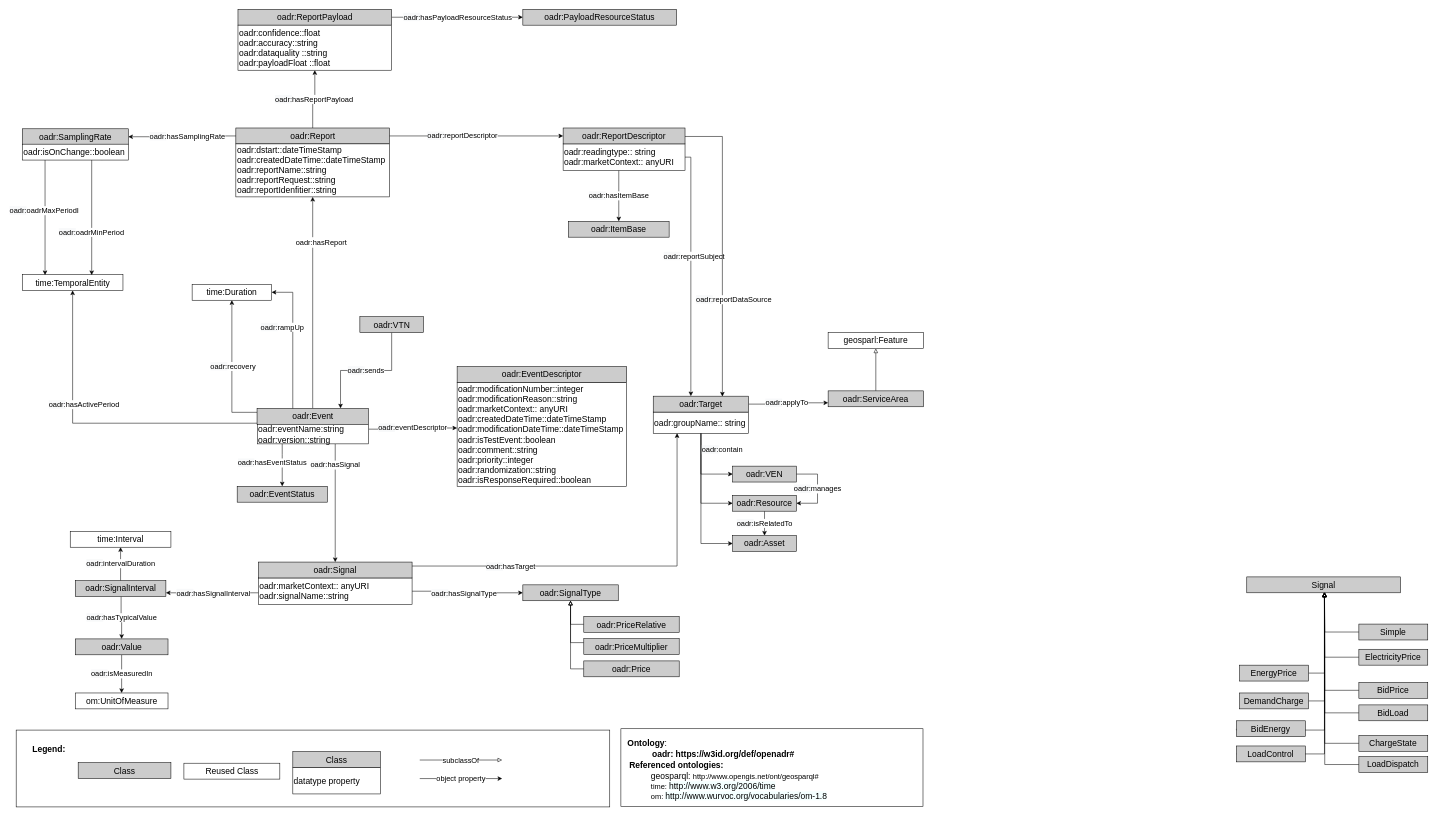
Before: diagrams/openADR.drawio in albaizq/OpenADRontology, a draw.io diagram. Source tidied: cells renumbered, new cells numbered last; positions are measured from the earlier drawing's top-left corner, leaving out a move shared by most shapes. Both pictures are drawn from the tidied source at 53%, with x=0, y=0 at pixel (16, 9).
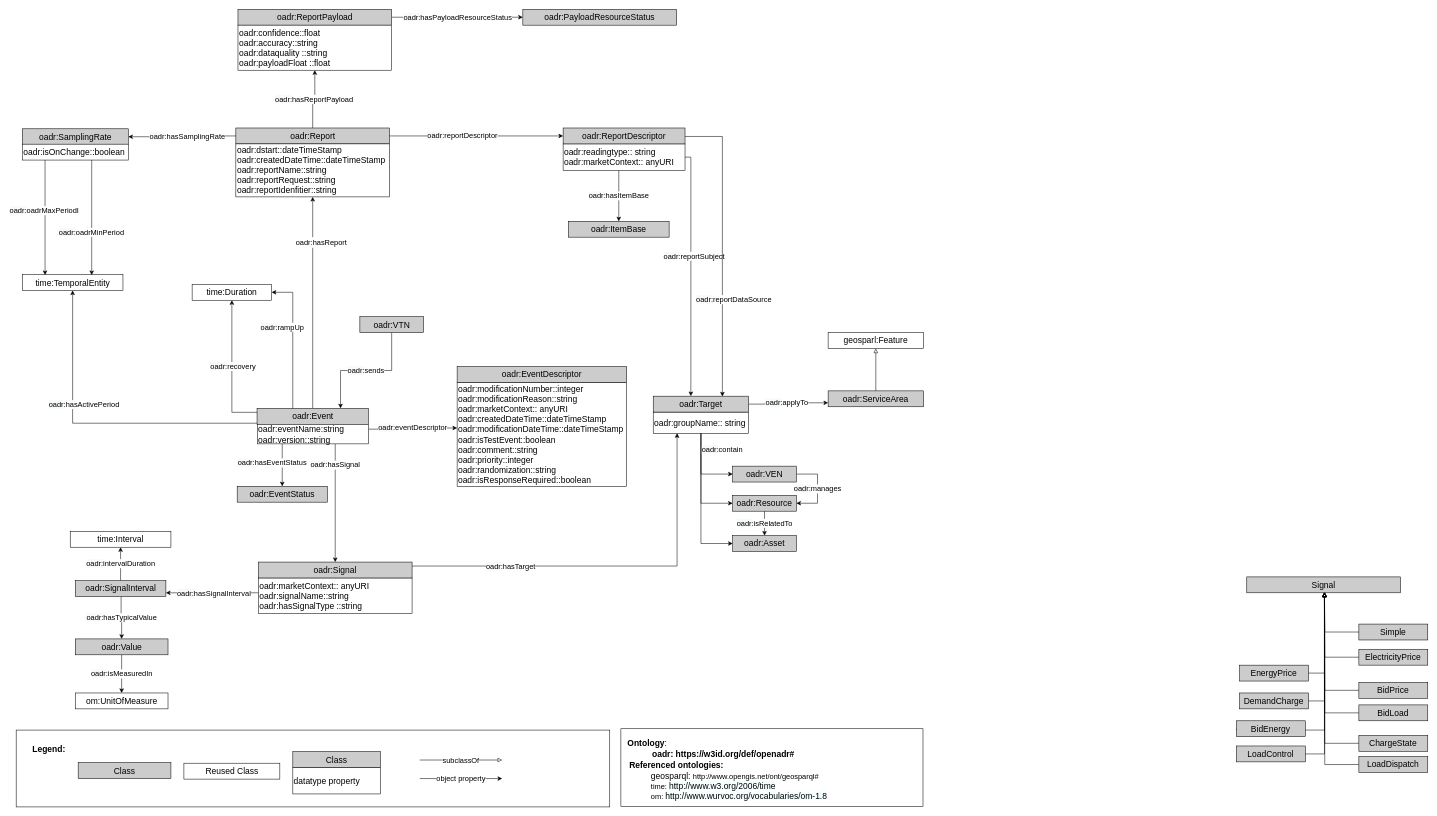
The same diagram, later.

Commit message (it also covers changes not shown here):
add responseRequired and update diagram

Diff of the diagram source:
```diff
@@
-    <mxCell id="27" style="edgeStyle=orthogonalEdgeStyle;rounded=0;jettySize=auto;html=1;exitX=1;exitY=0.5;exitDx=0;exitDy=0;entryX=0;entryY=0.5;entryDx=0;entryDy=0;endArrow=classic;endFill=1;" parent="1" edge="1" source="29" target="79">
-      <mxGeometry relative="1" as="geometry" />
-    </mxCell>
-    <mxCell id="28" value="&lt;span style=&quot;white-space: normal ; background-color: rgb(248 , 249 , 250)&quot;&gt;oadr:&lt;/span&gt;hasSignalType" style="text;html=1;align=center;verticalAlign=middle;labelBackgroundColor=#ffffff;fontSize=14;" parent="27" vertex="1">
-      <mxGeometry x="0.28" y="7" relative="1" as="geometry">
-        <mxPoint x="-36" y="8" as="offset" />
-      </mxGeometry>
-    </mxCell>
-    <mxCell id="29" value="&lt;span style=&quot;text-align: center&quot;&gt;oadr:&lt;/span&gt;marketContext:: anyURI&lt;br&gt;&lt;span style=&quot;text-align: center&quot;&gt;oadr:&lt;/span&gt;signalName::string" style="rounded=0;whiteSpace=wrap;html=1;align=left;fontSize=16;" parent="1" vertex="1">
-      <mxGeometry x="457" y="1073" width="290" height="50" as="geometry" />
+    <mxCell id="29" value="&lt;span style=&quot;text-align: center&quot;&gt;oadr:&lt;/span&gt;marketContext:: anyURI&lt;br&gt;&lt;span style=&quot;text-align: center&quot;&gt;oadr:&lt;/span&gt;signalName::string&lt;br&gt;oadr:hasSignalType ::string" style="rounded=0;whiteSpace=wrap;html=1;align=left;fontSize=16;" parent="1" vertex="1">
+      <mxGeometry x="457" y="1073" width="290" height="67" as="geometry" />
     </mxCell>
@@
-    <mxCell id="77" style="edgeStyle=orthogonalEdgeStyle;rounded=0;jettySize=auto;html=1;exitX=0;exitY=0.5;exitDx=0;exitDy=0;endArrow=block;endFill=0;" parent="1" edge="1" source="78" target="79">
-      <mxGeometry relative="1" as="geometry" />
-    </mxCell>
-    <mxCell id="78" value="&lt;span style=&quot;color: rgb(0 , 0 , 0)&quot;&gt;oadr:&lt;/span&gt;&lt;font color=&quot;#000000&quot;&gt;Price&lt;/font&gt;" style="rounded=0;whiteSpace=wrap;html=1;fillColor=#CCCCCC;strokeColor=#000000;fontColor=#333333;fontSize=16;fontStyle=0;" parent="1" vertex="1">
-      <mxGeometry x="1071" y="1229.5" width="180" height="30" as="geometry" />
-    </mxCell>
-    <mxCell id="79" value="&lt;span style=&quot;color: rgb(0 , 0 , 0)&quot;&gt;oadr:&lt;/span&gt;&lt;font style=&quot;font-size: 16px&quot; color=&quot;#000000&quot;&gt;SignalType&lt;/font&gt;" style="rounded=0;whiteSpace=wrap;html=1;fillColor=#CCCCCC;strokeColor=#000000;fontColor=#333333;fontSize=16;fontStyle=0;" parent="1" vertex="1">
-      <mxGeometry x="956" y="1086" width="180" height="30" as="geometry" />
-    </mxCell>
-    <mxCell id="80" style="edgeStyle=orthogonalEdgeStyle;rounded=0;jettySize=auto;html=1;exitX=0;exitY=0.5;exitDx=0;exitDy=0;entryX=0.5;entryY=1;entryDx=0;entryDy=0;endArrow=block;endFill=0;" parent="1" edge="1" source="81" target="79">
-      <mxGeometry relative="1" as="geometry" />
-    </mxCell>
-    <mxCell id="81" value="&lt;span style=&quot;color: rgb(0 , 0 , 0)&quot;&gt;oadr:&lt;/span&gt;&lt;font color=&quot;#000000&quot;&gt;PriceRelative&lt;/font&gt;" style="rounded=0;whiteSpace=wrap;html=1;fillColor=#CCCCCC;strokeColor=#000000;fontColor=#333333;fontSize=16;fontStyle=0;" parent="1" vertex="1">
-      <mxGeometry x="1071" y="1145.5" width="180" height="30" as="geometry" />
-    </mxCell>
-    <mxCell id="82" style="edgeStyle=orthogonalEdgeStyle;rounded=0;jettySize=auto;html=1;exitX=0;exitY=0.25;exitDx=0;exitDy=0;endArrow=block;endFill=0;entryX=0.5;entryY=1;entryDx=0;entryDy=0;" parent="1" edge="1" source="83" target="79">
-      <mxGeometry relative="1" as="geometry" />
-    </mxCell>
-    <mxCell id="83" value="&lt;span style=&quot;color: rgb(0 , 0 , 0)&quot;&gt;oadr:&lt;/span&gt;&lt;font color=&quot;#000000&quot;&gt;PriceMultiplier&lt;/font&gt;" style="rounded=0;whiteSpace=wrap;html=1;fillColor=#CCCCCC;strokeColor=#000000;fontColor=#333333;fontSize=16;fontStyle=0;" parent="1" vertex="1">
-      <mxGeometry x="1071" y="1187.5" width="180" height="30" as="geometry" />
-    </mxCell>
```
